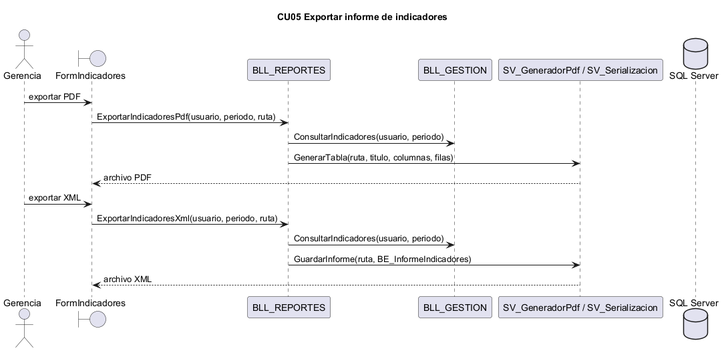
Before: docs/diagramas/secuencias_png/CU05.png, a diagram exported from PlantUML (L-Muniz/uai-diploma_2026).
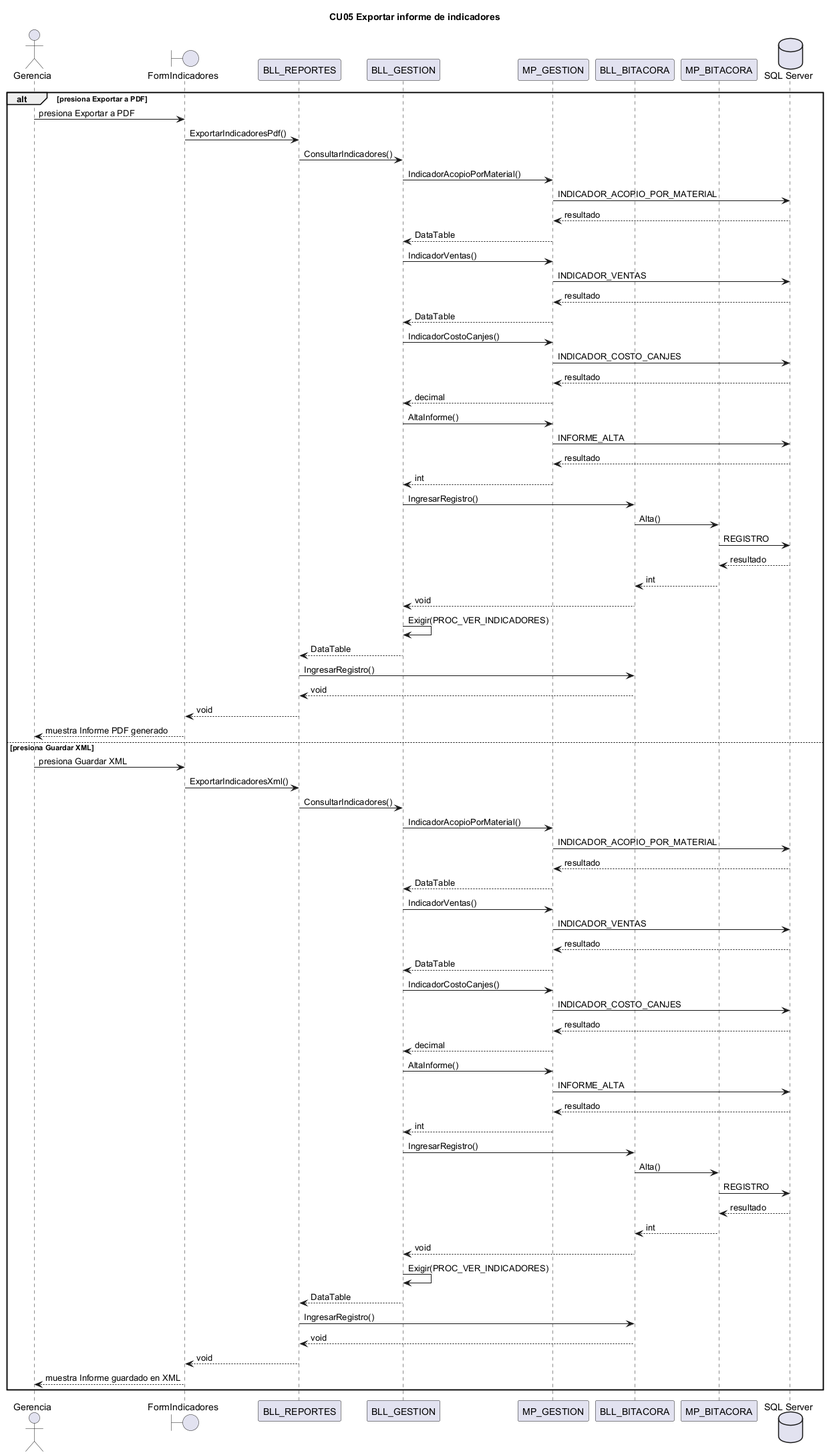
The same file after the commit.

Diff of the diagram source:
```diff
@@ -1,19 +1,76 @@
 @startuml CU05
 title CU05 Exportar informe de indicadores
-actor Gerencia
-boundary "FormIndicadores" as IU
-participant "BLL_REPORTES" as BLL
-participant "BLL_GESTION" as GES
-participant "SV_GeneradorPdf / SV_Serializacion" as SV
+actor "Gerencia" as ACT
+boundary FormIndicadores
+participant BLL_REPORTES
+participant BLL_GESTION
+participant MP_GESTION
+participant BLL_BITACORA
+participant MP_BITACORA
 database "SQL Server" as BD
-Gerencia -> IU : exportar PDF
-IU -> BLL : ExportarIndicadoresPdf(usuario, periodo, ruta)
-BLL -> GES : ConsultarIndicadores(usuario, periodo)
-BLL -> SV : GenerarTabla(ruta, titulo, columnas, filas)
-SV --> IU : archivo PDF
-Gerencia -> IU : exportar XML
-IU -> BLL : ExportarIndicadoresXml(usuario, periodo, ruta)
-BLL -> GES : ConsultarIndicadores(usuario, periodo)
-BLL -> SV : GuardarInforme(ruta, BE_InformeIndicadores)
-SV --> IU : archivo XML
+alt presiona Exportar a PDF
+ACT -> FormIndicadores : presiona Exportar a PDF
+FormIndicadores -> BLL_REPORTES : ExportarIndicadoresPdf()
+BLL_REPORTES -> BLL_GESTION : ConsultarIndicadores()
+BLL_GESTION -> MP_GESTION : IndicadorAcopioPorMaterial()
+MP_GESTION -> BD : INDICADOR_ACOPIO_POR_MATERIAL
+BD --> MP_GESTION : resultado
+MP_GESTION --> BLL_GESTION : DataTable
+BLL_GESTION -> MP_GESTION : IndicadorVentas()
+MP_GESTION -> BD : INDICADOR_VENTAS
+BD --> MP_GESTION : resultado
+MP_GESTION --> BLL_GESTION : DataTable
+BLL_GESTION -> MP_GESTION : IndicadorCostoCanjes()
+MP_GESTION -> BD : INDICADOR_COSTO_CANJES
+BD --> MP_GESTION : resultado
+MP_GESTION --> BLL_GESTION : decimal
+BLL_GESTION -> MP_GESTION : AltaInforme()
+MP_GESTION -> BD : INFORME_ALTA
+BD --> MP_GESTION : resultado
+MP_GESTION --> BLL_GESTION : int
+BLL_GESTION -> BLL_BITACORA : IngresarRegistro()
+BLL_BITACORA -> MP_BITACORA : Alta()
+MP_BITACORA -> BD : REGISTRO
+BD --> MP_BITACORA : resultado
+MP_BITACORA --> BLL_BITACORA : int
+BLL_BITACORA --> BLL_GESTION : void
+BLL_GESTION -> BLL_GESTION : Exigir(PROC_VER_INDICADORES)
+BLL_GESTION --> BLL_REPORTES : DataTable
+BLL_REPORTES -> BLL_BITACORA : IngresarRegistro()
+BLL_BITACORA --> BLL_REPORTES : void
+BLL_REPORTES --> FormIndicadores : void
+FormIndicadores --> ACT : muestra Informe PDF generado
+else presiona Guardar XML
+ACT -> FormIndicadores : presiona Guardar XML
+FormIndicadores -> BLL_REPORTES : ExportarIndicadoresXml()
+BLL_REPORTES -> BLL_GESTION : ConsultarIndicadores()
+BLL_GESTION -> MP_GESTION : IndicadorAcopioPorMaterial()
+MP_GESTION -> BD : INDICADOR_ACOPIO_POR_MATERIAL
+BD --> MP_GESTION : resultado
+MP_GESTION --> BLL_GESTION : DataTable
+BLL_GESTION -> MP_GESTION : IndicadorVentas()
+MP_GESTION -> BD : INDICADOR_VENTAS
+BD --> MP_GESTION : resultado
+MP_GESTION --> BLL_GESTION : DataTable
+BLL_GESTION -> MP_GESTION : IndicadorCostoCanjes()
+MP_GESTION -> BD : INDICADOR_COSTO_CANJES
+BD --> MP_GESTION : resultado
+MP_GESTION --> BLL_GESTION : decimal
+BLL_GESTION -> MP_GESTION : AltaInforme()
+MP_GESTION -> BD : INFORME_ALTA
+BD --> MP_GESTION : resultado
+MP_GESTION --> BLL_GESTION : int
+BLL_GESTION -> BLL_BITACORA : IngresarRegistro()
+BLL_BITACORA -> MP_BITACORA : Alta()
+MP_BITACORA -> BD : REGISTRO
+BD --> MP_BITACORA : resultado
+MP_BITACORA --> BLL_BITACORA : int
+BLL_BITACORA --> BLL_GESTION : void
+BLL_GESTION -> BLL_GESTION : Exigir(PROC_VER_INDICADORES)
+BLL_GESTION --> BLL_REPORTES : DataTable
+BLL_REPORTES -> BLL_BITACORA : IngresarRegistro()
+BLL_BITACORA --> BLL_REPORTES : void
+BLL_REPORTES --> FormIndicadores : void
+FormIndicadores --> ACT : muestra Informe guardado en XML
+end
 @enduml
```
